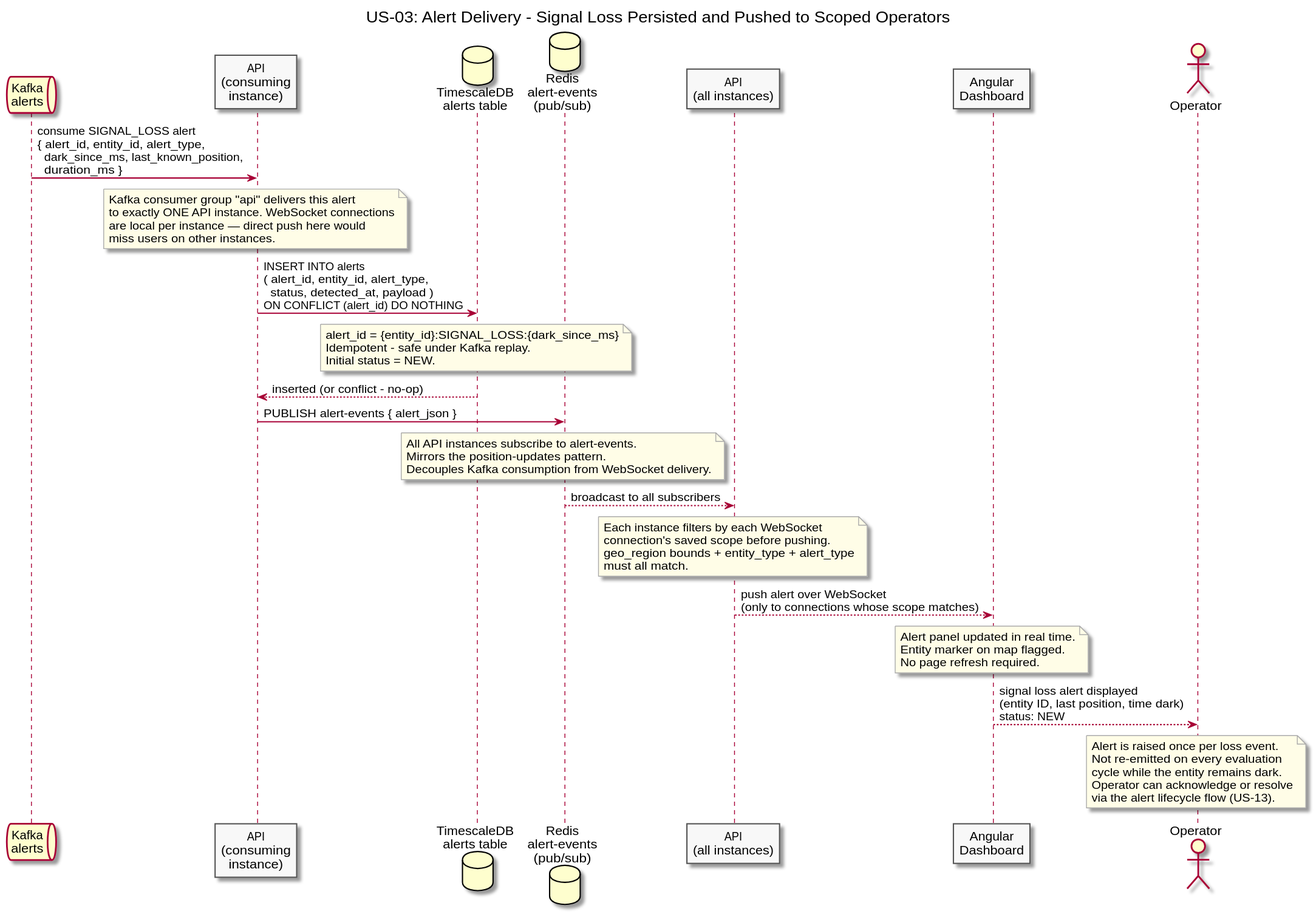
Earlier version of the PlantUML export diagrams/docs/use-cases/US-03-signal-loss-alert/alert-delivery.svg (Buffden/sentinel).
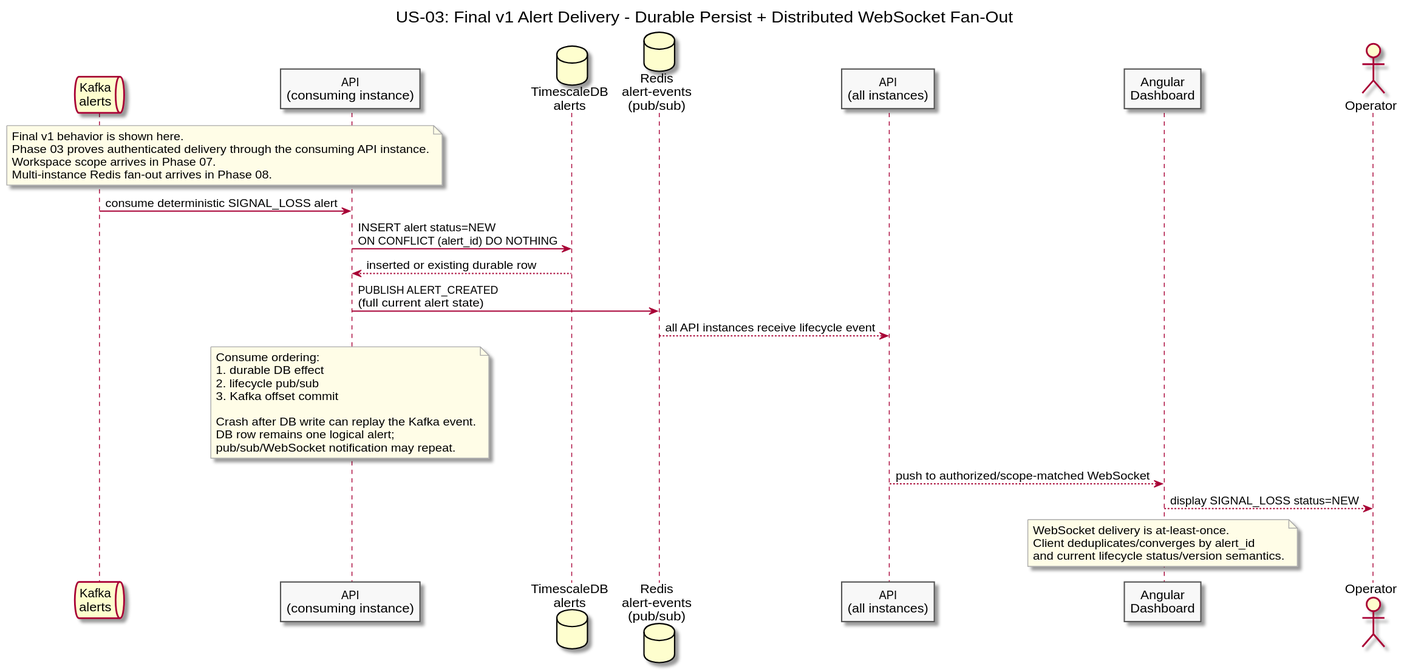
After the change.

The edit, as a diff of the source:
```diff
@@ -1,5 +1,5 @@
 @startuml alert-delivery
-title US-03: Alert Delivery - Signal Loss Persisted and Pushed to Scoped Operators
+title US-03: Final v1 Alert Delivery - Durable Persist + Distributed WebSocket Fan-Out
 
 skinparam sequenceArrowThickness 1.5
 skinparam participantBorderColor #555555
@@ -8,65 +8,45 @@
 skinparam noteBackgroundColor #FFFDE7
 
 queue "Kafka\nalerts" as Kafka
-participant "API\n(consuming\ninstance)" as APIConsumer
-database "TimescaleDB\nalerts table" as TSDB
+participant "API\n(consuming instance)" as APIConsumer
+database "TimescaleDB\nalerts" as TSDB
 database "Redis\nalert-events\n(pub/sub)" as RedisPubSub
 participant "API\n(all instances)" as APIAll
 participant "Angular\nDashboard" as Dashboard
 actor Operator
 
-Kafka -> APIConsumer : consume SIGNAL_LOSS alert\n{ alert_id, entity_id, alert_type,\n  dark_since_ms, last_known_position,\n  duration_ms }
+note over Kafka, APIConsumer
+  Final v1 behavior is shown here.
+  Phase 03 proves authenticated delivery through the consuming API instance.
+  Workspace scope arrives in Phase 07.
+  Multi-instance Redis fan-out arrives in Phase 08.
+end note
+
+Kafka -> APIConsumer : consume deterministic SIGNAL_LOSS alert
+APIConsumer -> TSDB : INSERT alert status=NEW\nON CONFLICT (alert_id) DO NOTHING
+TSDB --> APIConsumer : inserted or existing durable row
+
+APIConsumer -> RedisPubSub : PUBLISH ALERT_CREATED\n(full current alert state)
+RedisPubSub --> APIAll : all API instances receive lifecycle event
 
 note over APIConsumer
-  Kafka consumer group "api" delivers this alert
-  to exactly ONE API instance. WebSocket connections
-  are local per instance — direct push here would
-  miss users on other instances.
+  Consume ordering:
+  1. durable DB effect
+  2. lifecycle pub/sub
+  3. Kafka offset commit
+
+  Crash after DB write can replay the Kafka event.
+  DB row remains one logical alert;
+  pub/sub/WebSocket notification may repeat.
 end note
 
-APIConsumer -> TSDB : INSERT INTO alerts\n( alert_id, entity_id, alert_type,\n  status, detected_at, payload )\nON CONFLICT (alert_id) DO NOTHING
-
-note over TSDB
-  alert_id = {entity_id}:SIGNAL_LOSS:{dark_since_ms}
-  Idempotent - safe under Kafka replay.
-  Initial status = NEW.
-end note
-
-TSDB --> APIConsumer : inserted (or conflict - no-op)
-
-APIConsumer -> RedisPubSub : PUBLISH alert-events { alert_json }
-
-note over RedisPubSub
-  All API instances subscribe to alert-events.
-  Mirrors the position-updates pattern.
-  Decouples Kafka consumption from WebSocket delivery.
-end note
-
-RedisPubSub --> APIAll : broadcast to all subscribers
-
-note over APIAll
-  Each instance filters by each WebSocket
-  connection's saved scope before pushing.
-  geo_region bounds + entity_type + alert_type
-  must all match.
-end note
-
-APIAll --> Dashboard : push alert over WebSocket\n(only to connections whose scope matches)
+APIAll --> Dashboard : push to authorized/scope-matched WebSocket
+Dashboard --> Operator : display SIGNAL_LOSS status=NEW
 
 note over Dashboard
-  Alert panel updated in real time.
-  Entity marker on map flagged.
-  No page refresh required.
-end note
-
-Dashboard --> Operator : signal loss alert displayed\n(entity ID, last position, time dark)\nstatus: NEW
-
-note over Operator
-  Alert is raised once per loss event.
-  Not re-emitted on every evaluation
-  cycle while the entity remains dark.
-  Operator can acknowledge or resolve
-  via the alert lifecycle flow (US-13).
+  WebSocket delivery is at-least-once.
+  Client deduplicates/converges by alert_id
+  and current lifecycle status/version semantics.
 end note
 
 @enduml
```
